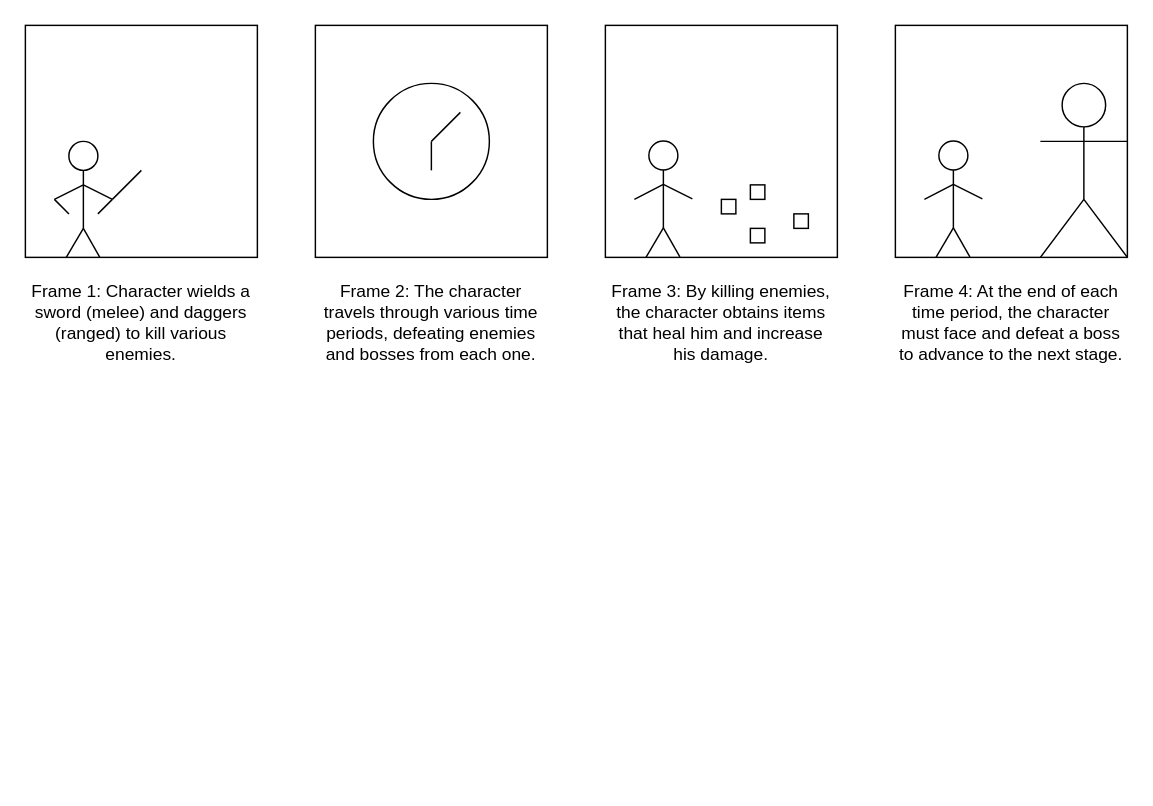
Earlier version of the draw.io diagram Gameplay Board.drawio (alex-chiu/RevengeOfTheBlade). Source tidied: cells renumbered, new cells numbered last; positions are measured from the earlier drawing's top-left corner, leaving out a move shared by most shapes. Both pictures are drawn from the tidied source at 145%, with x=0, y=0 at pixel (25, 25).
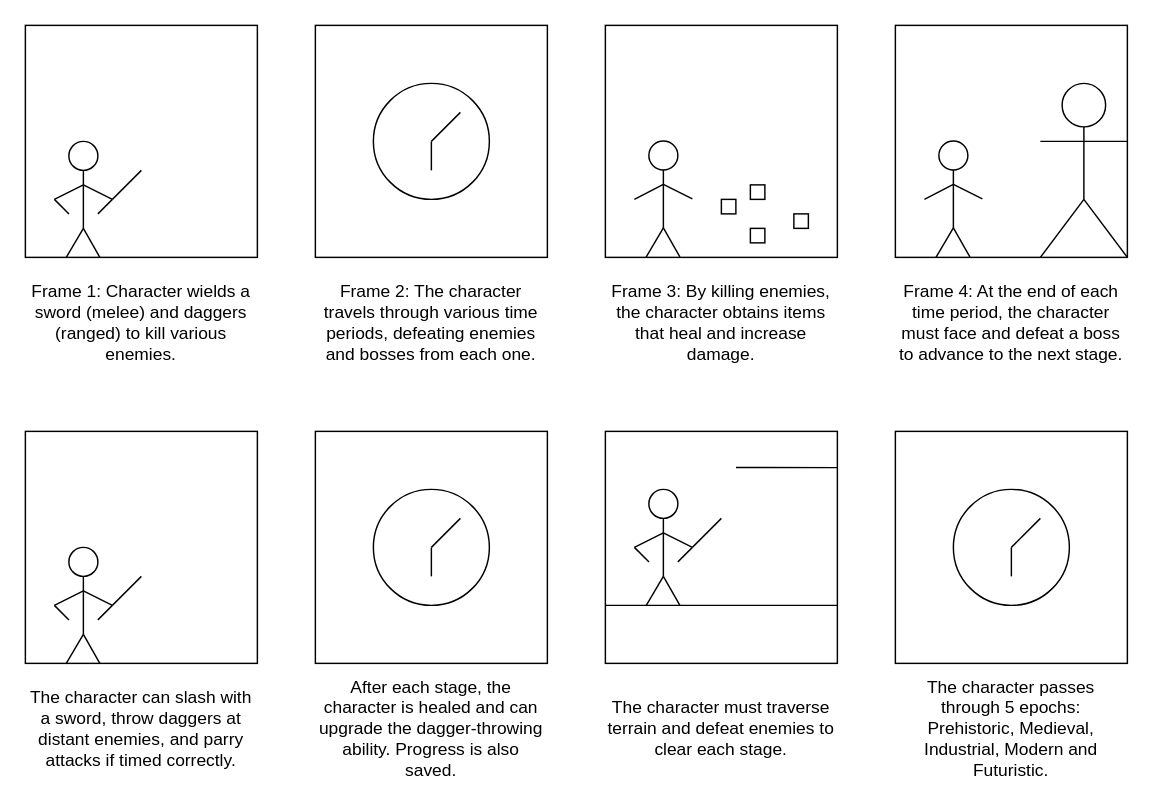
The same diagram, later.

What changed in the source:
```diff
@@
-    <mxCell id="31" value="Frame 3: By killing enemies, the character obtains items that heal him and increase his damage." style="text;html=1;strokeColor=none;fillColor=none;align=center;verticalAlign=middle;whiteSpace=wrap;rounded=0;shadow=0;sketch=0;" parent="1" vertex="1">
+    <mxCell id="31" value="Frame 3: By killing enemies, the character obtains items that heal and increase damage." style="text;html=1;strokeColor=none;fillColor=none;align=center;verticalAlign=middle;whiteSpace=wrap;rounded=0;shadow=0;sketch=0;" parent="1" vertex="1">
       <mxGeometry x="400" y="170" width="160" height="70" as="geometry" />
     </mxCell>
@@
+    <mxCell id="40" style="whiteSpace=wrap;html=1;shadow=0;sketch=0;fillOpacity=0;" parent="1" vertex="1">
+      <mxGeometry y="280" width="160" height="160" as="geometry" />
+    </mxCell>
+    <mxCell id="41" style="ellipse;whiteSpace=wrap;html=1;shadow=0;sketch=0;" parent="1" vertex="1">
+      <mxGeometry x="30" y="360" width="20" height="20" as="geometry" />
+    </mxCell>
+    <mxCell id="42" style="endArrow=none;html=1;exitX=0.5;exitY=1;exitDx=0;exitDy=0;" parent="1" edge="1" source="41">
+      <mxGeometry relative="1" as="geometry">
+        <mxPoint x="40" y="420" as="targetPoint" />
+      </mxGeometry>
+    </mxCell>
+    <mxCell id="43" style="endArrow=none;html=1;entryX=0.175;entryY=1.002;entryDx=0;entryDy=0;entryPerimeter=0;" parent="1" edge="1" target="40">
+      <mxGeometry relative="1" as="geometry">
+        <mxPoint x="40" y="420" as="sourcePoint" />
+      </mxGeometry>
+    </mxCell>
+    <mxCell id="44" style="endArrow=none;html=1;entryX=0.321;entryY=1;entryDx=0;entryDy=0;entryPerimeter=0;" parent="1" edge="1" target="40">
+      <mxGeometry relative="1" as="geometry">
+        <mxPoint x="40" y="420" as="sourcePoint" />
+      </mxGeometry>
+    </mxCell>
+    <mxCell id="45" style="endArrow=none;html=1;entryX=0.375;entryY=0.75;entryDx=0;entryDy=0;entryPerimeter=0;" parent="1" edge="1" target="40">
+      <mxGeometry relative="1" as="geometry">
+        <mxPoint x="40" y="390" as="sourcePoint" />
+      </mxGeometry>
+    </mxCell>
+    <mxCell id="46" style="endArrow=none;html=1;entryX=0.375;entryY=0.75;entryDx=0;entryDy=0;entryPerimeter=0;exitX=0.125;exitY=0.75;exitDx=0;exitDy=0;exitPerimeter=0;" parent="1" edge="1" source="40">
+      <mxGeometry relative="1" as="geometry">
+        <mxPoint x="40" y="390" as="targetPoint" />
+      </mxGeometry>
+    </mxCell>
+    <mxCell id="47" style="endArrow=none;html=1;" parent="1" edge="1">
+      <mxGeometry relative="1" as="geometry">
+        <mxPoint x="60" y="400" as="sourcePoint" />
+        <mxPoint x="50" y="410" as="targetPoint" />
+      </mxGeometry>
+    </mxCell>
+    <mxCell id="48" style="endArrow=none;html=1;" parent="1" edge="1">
+      <mxGeometry relative="1" as="geometry">
+        <mxPoint x="60" y="400" as="sourcePoint" />
+        <mxPoint x="80" y="380" as="targetPoint" />
+      </mxGeometry>
+    </mxCell>
+    <mxCell id="49" style="endArrow=none;html=1;exitX=0.188;exitY=0.813;exitDx=0;exitDy=0;exitPerimeter=0;" parent="1" edge="1" source="40">
+      <mxGeometry relative="1" as="geometry">
+        <mxPoint x="20" y="400" as="targetPoint" />
+      </mxGeometry>
+    </mxCell>
+    <mxCell id="50" value="The character can slash with a sword, throw daggers at distant enemies, and parry attacks if timed correctly." style="text;html=1;strokeColor=none;fillColor=none;align=center;verticalAlign=middle;whiteSpace=wrap;rounded=0;shadow=0;sketch=0;" parent="1" vertex="1">
+      <mxGeometry y="450" width="160" height="70" as="geometry" />
+    </mxCell>
+    <mxCell id="51" style="whiteSpace=wrap;html=1;shadow=0;sketch=0;fillOpacity=0;" parent="1" vertex="1">
+      <mxGeometry x="200" y="280" width="160" height="160" as="geometry" />
+    </mxCell>
+    <mxCell id="52" style="ellipse;whiteSpace=wrap;html=1;shadow=0;sketch=0;fillOpacity=0;" parent="1" vertex="1">
+      <mxGeometry x="240" y="320" width="80" height="80" as="geometry" />
+    </mxCell>
+    <mxCell id="53" style="endArrow=none;html=1;" parent="1" edge="1">
+      <mxGeometry relative="1" as="geometry">
+        <mxPoint x="280" y="360" as="sourcePoint" />
+        <mxPoint x="300" y="340" as="targetPoint" />
+      </mxGeometry>
+    </mxCell>
+    <mxCell id="54" style="endArrow=none;html=1;entryX=0.5;entryY=0.75;entryDx=0;entryDy=0;entryPerimeter=0;" parent="1" edge="1" target="52">
+      <mxGeometry relative="1" as="geometry">
+        <mxPoint x="280" y="360" as="sourcePoint" />
+      </mxGeometry>
+    </mxCell>
+    <mxCell id="55" value="After each stage, the character is healed and can upgrade the dagger-throwing ability. Progress is also saved." style="text;html=1;strokeColor=none;fillColor=none;align=center;verticalAlign=middle;whiteSpace=wrap;rounded=0;shadow=0;sketch=0;" parent="1" vertex="1">
+      <mxGeometry x="200" y="450" width="160" height="70" as="geometry" />
+    </mxCell>
+    <mxCell id="56" style="whiteSpace=wrap;html=1;shadow=0;sketch=0;fillOpacity=0;" parent="1" vertex="1">
+      <mxGeometry x="400" y="280" width="160" height="160" as="geometry" />
+    </mxCell>
+    <mxCell id="57" style="ellipse;whiteSpace=wrap;html=1;shadow=0;sketch=0;" parent="1" vertex="1">
+      <mxGeometry x="430" y="320" width="20" height="20" as="geometry" />
+    </mxCell>
+    <mxCell id="58" style="endArrow=none;html=1;entryX=0.175;entryY=1.002;entryDx=0;entryDy=0;entryPerimeter=0;" parent="1" edge="1">
+      <mxGeometry relative="1" as="geometry">
+        <mxPoint x="440" y="380" as="sourcePoint" />
+        <mxPoint x="428" y="400.3" as="targetPoint" />
+      </mxGeometry>
+    </mxCell>
+    <mxCell id="59" style="endArrow=none;html=1;entryX=0.321;entryY=1;entryDx=0;entryDy=0;entryPerimeter=0;" parent="1" edge="1">
+      <mxGeometry relative="1" as="geometry">
+        <mxPoint x="440" y="380" as="sourcePoint" />
+        <mxPoint x="451.4" y="400" as="targetPoint" />
+      </mxGeometry>
+    </mxCell>
+    <mxCell id="60" style="endArrow=none;html=1;entryX=0.375;entryY=0.75;entryDx=0;entryDy=0;entryPerimeter=0;exitX=0.125;exitY=0.75;exitDx=0;exitDy=0;exitPerimeter=0;" parent="1" edge="1">
+      <mxGeometry relative="1" as="geometry">
+        <mxPoint x="420" y="360" as="sourcePoint" />
+        <mxPoint x="440" y="350" as="targetPoint" />
+      </mxGeometry>
+    </mxCell>
+    <mxCell id="61" style="endArrow=none;html=1;exitX=0.188;exitY=0.813;exitDx=0;exitDy=0;exitPerimeter=0;" parent="1" edge="1">
+      <mxGeometry relative="1" as="geometry">
+        <mxPoint x="430.1" y="370.1" as="sourcePoint" />
+        <mxPoint x="420" y="360" as="targetPoint" />
+      </mxGeometry>
+    </mxCell>
+    <mxCell id="62" value="The character must traverse terrain and defeat enemies to clear each stage." style="text;html=1;strokeColor=none;fillColor=none;align=center;verticalAlign=middle;whiteSpace=wrap;rounded=0;shadow=0;sketch=0;" parent="1" vertex="1">
+      <mxGeometry x="400" y="450" width="160" height="70" as="geometry" />
+    </mxCell>
+    <mxCell id="63" style="endArrow=none;html=1;" parent="1" edge="1">
+      <mxGeometry relative="1" as="geometry">
+        <mxPoint x="460" y="360" as="sourcePoint" />
+        <mxPoint x="450" y="370" as="targetPoint" />
+      </mxGeometry>
+    </mxCell>
+    <mxCell id="64" style="endArrow=none;html=1;" parent="1" edge="1">
+      <mxGeometry relative="1" as="geometry">
+        <mxPoint x="460" y="360" as="sourcePoint" />
+        <mxPoint x="480" y="340" as="targetPoint" />
+      </mxGeometry>
+    </mxCell>
+    <mxCell id="65" style="endArrow=none;html=1;entryX=0.375;entryY=0.75;entryDx=0;entryDy=0;entryPerimeter=0;" parent="1" edge="1">
+      <mxGeometry relative="1" as="geometry">
+        <mxPoint x="440" y="350" as="sourcePoint" />
+        <mxPoint x="460" y="360" as="targetPoint" />
+      </mxGeometry>
+    </mxCell>
+    <mxCell id="66" style="endArrow=none;html=1;exitX=0.5;exitY=1;exitDx=0;exitDy=0;" parent="1" edge="1">
+      <mxGeometry relative="1" as="geometry">
+        <mxPoint x="440" y="340" as="sourcePoint" />
+        <mxPoint x="440" y="380" as="targetPoint" />
+        <Array as="points">
+          <mxPoint x="440" y="360" />
+        </Array>
+      </mxGeometry>
+    </mxCell>
+    <mxCell id="67" style="endArrow=none;html=1;exitX=0;exitY=0.75;exitDx=0;exitDy=0;" parent="1" edge="1" source="56">
+      <mxGeometry relative="1" as="geometry">
+        <mxPoint x="560" y="400" as="targetPoint" />
+      </mxGeometry>
+    </mxCell>
+    <mxCell id="68" style="endArrow=none;html=1;exitX=0.563;exitY=0.156;exitDx=0;exitDy=0;exitPerimeter=0;" parent="1" edge="1" source="56">
+      <mxGeometry relative="1" as="geometry">
+        <mxPoint x="560" y="305" as="targetPoint" />
+      </mxGeometry>
+    </mxCell>
+    <mxCell id="69" style="whiteSpace=wrap;html=1;shadow=0;sketch=0;fillOpacity=0;" parent="1" vertex="1">
+      <mxGeometry x="600" y="280" width="160" height="160" as="geometry" />
+    </mxCell>
+    <mxCell id="70" style="ellipse;whiteSpace=wrap;html=1;shadow=0;sketch=0;fillOpacity=0;" parent="1" vertex="1">
+      <mxGeometry x="640" y="320" width="80" height="80" as="geometry" />
+    </mxCell>
+    <mxCell id="71" style="endArrow=none;html=1;" parent="1" edge="1">
+      <mxGeometry relative="1" as="geometry">
+        <mxPoint x="680" y="360" as="sourcePoint" />
+        <mxPoint x="700" y="340" as="targetPoint" />
+      </mxGeometry>
+    </mxCell>
+    <mxCell id="72" style="endArrow=none;html=1;entryX=0.5;entryY=0.75;entryDx=0;entryDy=0;entryPerimeter=0;" parent="1" edge="1" target="70">
+      <mxGeometry relative="1" as="geometry">
+        <mxPoint x="680" y="360" as="sourcePoint" />
+      </mxGeometry>
+    </mxCell>
+    <mxCell id="73" value="The character passes through 5 epochs: Prehistoric, Medieval, Industrial, Modern and Futuristic." style="text;html=1;strokeColor=none;fillColor=none;align=center;verticalAlign=middle;whiteSpace=wrap;rounded=0;shadow=0;sketch=0;" parent="1" vertex="1">
+      <mxGeometry x="600" y="450" width="160" height="70" as="geometry" />
+    </mxCell>
```
